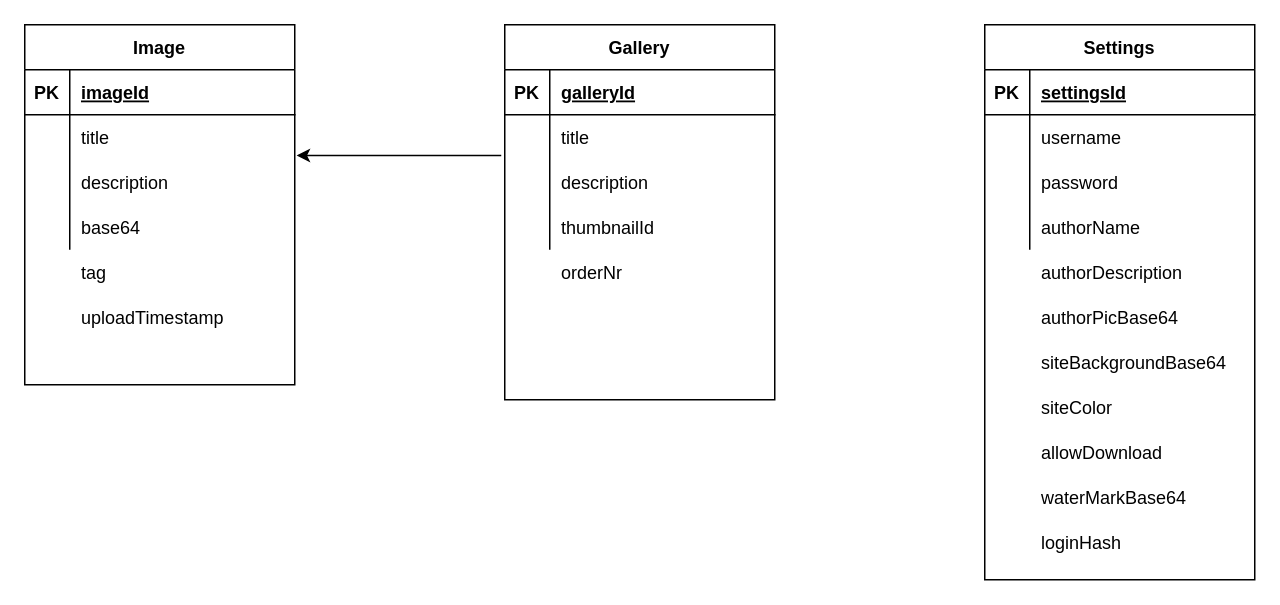
selfshare/selfshare keeps this draw.io diagram as Untitled Diagram.drawio. Above is the earlier version. Source tidied: cells renumbered, new cells numbered last; positions are measured from the earlier drawing's top-left corner, leaving out a move shared by most shapes. Both pictures are drawn from the tidied source at 150%, with x=0, y=0 at pixel (24, 24).
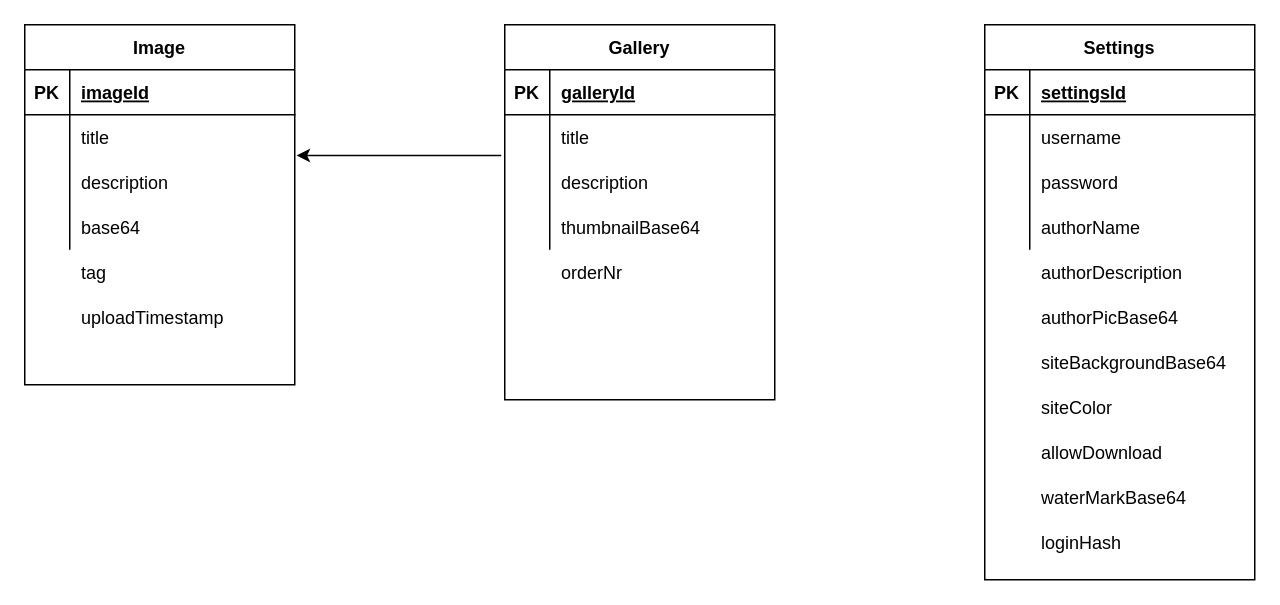
Above is the later version.

The change refers to these unchanged cells:
```xml
<mxCell id="25" style="shape=partialRectangle;fillColor=none;top=0;left=0;bottom=0;right=0;dashed=1;" parent="15" vertex="1">
  <mxGeometry y="120" width="180" height="30" as="geometry" />
</mxCell>
```

The edit, as a diff of the source:
```diff
@@
-    <mxCell id="27" value="thumbnailId" style="shape=partialRectangle;fillColor=none;top=0;left=0;bottom=0;right=0;align=left;spacingLeft=6;overflow=hidden;dashed=1;" parent="25" vertex="1">
+    <mxCell id="27" value="thumbnailBase64" style="shape=partialRectangle;fillColor=none;top=0;left=0;bottom=0;right=0;align=left;spacingLeft=6;overflow=hidden;dashed=1;" parent="25" vertex="1">
       <mxGeometry x="30" width="150" height="30" as="geometry" />
     </mxCell>
```
